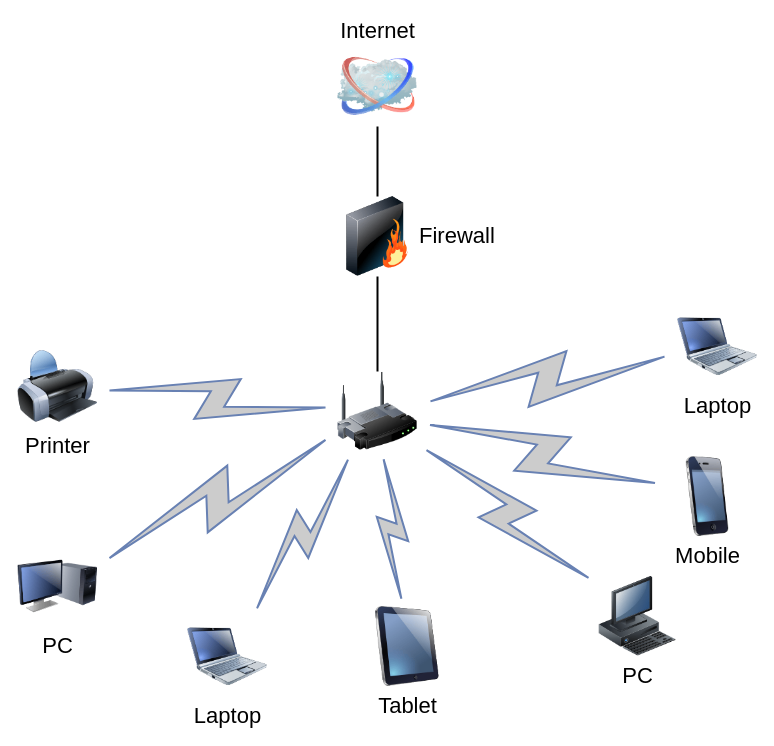
This is 开题自问自答_多用户环境.drawio from zeandon/draw.io, a draw.io file, before an edit. Source tidied: cells renumbered, new cells numbered last; positions are measured from the earlier drawing's top-left corner, leaving out a move shared by most shapes. Both pictures are drawn from the tidied source at 100%, with x=0, y=0 at pixel (17, 46).
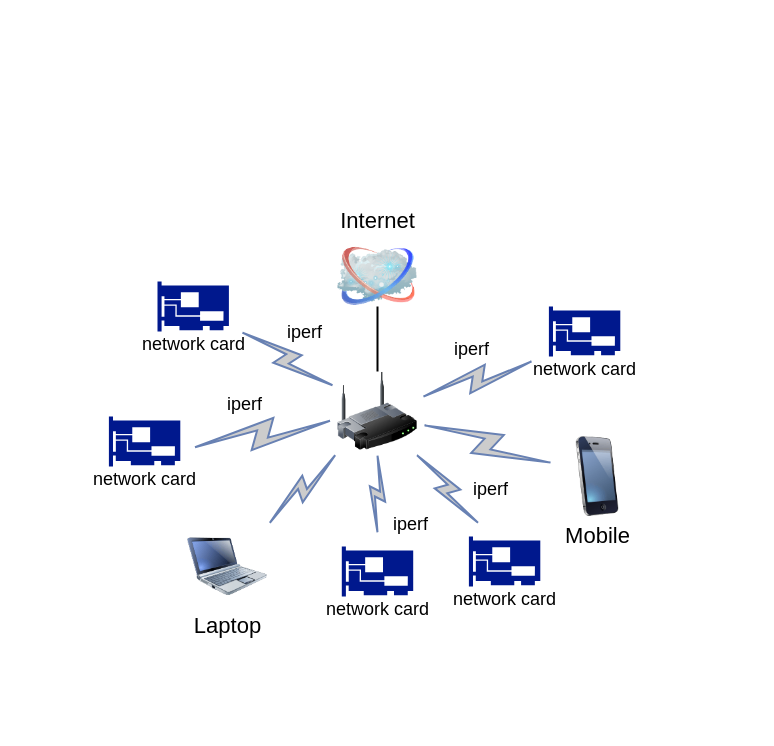
The same diagram, later.

Commit message:
更新开题自问自答_多用户环境.drawio

The change refers to these unchanged cells:
```xml
<mxCell id="3" style="image;html=1;labelBackgroundColor=#ffffff;image=img/lib/clip_art/networking/Wireless_Router_128x128.png;rounded=1;shadow=0;comic=0;strokeWidth=2;fontSize=22;" parent="1" vertex="1">
  <mxGeometry x="320" y="325" width="80" height="80" as="geometry" />
</mxCell>
```

Diff of the diagram source:
```diff
@@
-    <mxCell id="2" style="edgeStyle=none;rounded=0;html=1;labelBackgroundColor=none;endArrow=none;strokeWidth=2;fontFamily=Verdana;fontSize=22;" parent="1" edge="1" source="3" target="6">
-      <mxGeometry relative="1" as="geometry" />
+    <mxCell id="2" style="edgeStyle=none;rounded=0;html=1;labelBackgroundColor=none;endArrow=none;strokeWidth=2;fontFamily=Verdana;fontSize=22;" parent="1" edge="1" source="3">
+      <mxGeometry relative="1" as="geometry">
+        <mxPoint x="360" y="260" as="targetPoint" />
+      </mxGeometry>
     </mxCell>
@@
     <mxCell id="4" value="Internet" style="image;html=1;labelBackgroundColor=#ffffff;image=img/lib/clip_art/networking/Cloud_128x128.png;rounded=1;shadow=0;comic=0;strokeWidth=2;fontSize=22;labelPosition=center;verticalLabelPosition=top;align=center;verticalAlign=bottom;" parent="1" vertex="1">
-      <mxGeometry x="320" width="80" height="80" as="geometry" />
+      <mxGeometry x="320" y="190" width="80" height="80" as="geometry" />
     </mxCell>
-    <mxCell id="5" style="edgeStyle=none;rounded=0;html=1;labelBackgroundColor=none;endArrow=none;strokeWidth=2;fontFamily=Verdana;fontSize=22;" parent="1" edge="1" source="6" target="4">
-      <mxGeometry relative="1" as="geometry" />
-    </mxCell>
-    <mxCell id="6" value="Firewall" style="image;html=1;labelBackgroundColor=#ffffff;image=img/lib/clip_art/networking/Firewall_128x128.png;rounded=1;shadow=0;comic=0;strokeWidth=2;fontSize=22;labelPosition=right;verticalLabelPosition=middle;align=left;verticalAlign=middle;" parent="1" vertex="1">
-      <mxGeometry x="320" y="150" width="80" height="80" as="geometry" />
-    </mxCell>
-    <mxCell id="7" value="Tablet" style="image;html=1;labelBackgroundColor=#ffffff;image=img/lib/clip_art/computers/iPad_128x128.png;rounded=1;shadow=0;comic=0;strokeWidth=2;fontSize=22;" parent="1" vertex="1">
-      <mxGeometry x="350" y="560" width="80" height="80" as="geometry" />
-    </mxCell>
-    <mxCell id="8" value="PC" style="image;html=1;labelBackgroundColor=#ffffff;image=img/lib/clip_art/computers/Monitor_Tower_128x128.png;rounded=1;shadow=0;comic=0;strokeWidth=2;fontSize=22;" parent="1" vertex="1">
-      <mxGeometry y="500" width="80" height="80" as="geometry" />
-    </mxCell>
-    <mxCell id="9" value="Printer" style="image;html=1;labelBackgroundColor=#ffffff;image=img/lib/clip_art/computers/Printer_128x128.png;rounded=1;shadow=0;comic=0;strokeWidth=2;fontSize=22;" parent="1" vertex="1">
-      <mxGeometry y="300" width="80" height="80" as="geometry" />
-    </mxCell>
-    <mxCell id="10" value="PC" style="image;html=1;labelBackgroundColor=#ffffff;image=img/lib/clip_art/computers/Workstation_128x128.png;rounded=1;shadow=0;comic=0;strokeWidth=2;fontSize=22;" parent="1" vertex="1">
-      <mxGeometry x="580" y="530" width="80" height="80" as="geometry" />
-    </mxCell>
     <mxCell id="11" value="Mobile" style="image;html=1;labelBackgroundColor=#ffffff;image=img/lib/clip_art/telecommunication/iPhone_128x128.png;rounded=1;shadow=0;comic=0;strokeWidth=2;fontSize=22;" parent="1" vertex="1">
-      <mxGeometry x="650" y="410" width="80" height="80" as="geometry" />
+      <mxGeometry x="540" y="390" width="80" height="80" as="geometry" />
     </mxCell>
-    <mxCell id="12" value="Laptop" style="image;html=1;labelBackgroundColor=#ffffff;image=img/lib/clip_art/computers/Netbook_128x128.png;rounded=1;shadow=0;comic=0;strokeColor=#000000;strokeWidth=2;fillColor=#FFFFFF;fontSize=22;fontColor=#000000;" parent="1" vertex="1">
-      <mxGeometry x="660" y="260" width="80" height="80" as="geometry" />
-    </mxCell>
     <mxCell id="13" value="Laptop" style="image;html=1;labelBackgroundColor=#ffffff;image=img/lib/clip_art/computers/Netbook_128x128.png;rounded=1;shadow=0;comic=0;strokeWidth=2;fontSize=22;" parent="1" vertex="1">
-      <mxGeometry x="170" y="570" width="80" height="80" as="geometry" />
+      <mxGeometry x="170" y="480" width="80" height="80" as="geometry" />
     </mxCell>
-    <mxCell id="14" style="html=1;fillColor=#CCCCCC;strokeColor=#6881B3;gradientColor=none;gradientDirection=north;strokeWidth=2;shape=mxgraph.networks.comm_link_edge;html=1;labelBackgroundColor=none;endArrow=none;fontFamily=Verdana;fontSize=22;fontColor=#000000;" parent="1" edge="1" source="9" target="3">
-      <mxGeometry relative="1" as="geometry" />
+    <mxCell id="14" style="html=1;fillColor=#CCCCCC;strokeColor=#6881B3;gradientColor=none;gradientDirection=north;strokeWidth=2;shape=mxgraph.networks.comm_link_edge;html=1;labelBackgroundColor=none;endArrow=none;fontFamily=Verdana;fontSize=22;fontColor=#000000;" parent="1" edge="1" target="3">
+      <mxGeometry relative="1" as="geometry">
+        <mxPoint x="220" y="283.3" as="sourcePoint" />
+      </mxGeometry>
     </mxCell>
-    <mxCell id="15" style="html=1;fillColor=#CCCCCC;strokeColor=#6881B3;gradientColor=none;gradientDirection=north;strokeWidth=2;shape=mxgraph.networks.comm_link_edge;html=1;labelBackgroundColor=none;endArrow=none;fontFamily=Verdana;fontSize=22;fontColor=#000000;fontStyle=1;" parent="1" edge="1" source="8" target="3">
-      <mxGeometry relative="1" as="geometry" />
+    <mxCell id="15" style="html=1;fillColor=#CCCCCC;strokeColor=#6881B3;gradientColor=none;gradientDirection=north;strokeWidth=2;shape=mxgraph.networks.comm_link_edge;html=1;labelBackgroundColor=none;endArrow=none;fontFamily=Verdana;fontSize=22;fontColor=#000000;fontStyle=1;" parent="1" edge="1" target="3">
+      <mxGeometry relative="1" as="geometry">
+        <mxPoint x="170" y="402.2" as="sourcePoint" />
+      </mxGeometry>
     </mxCell>
@@
-    <mxCell id="17" style="html=1;fillColor=#CCCCCC;strokeColor=#6881B3;gradientColor=none;gradientDirection=north;strokeWidth=2;shape=mxgraph.networks.comm_link_edge;html=1;labelBackgroundColor=none;endArrow=none;fontFamily=Verdana;fontSize=22;fontColor=#000000;" parent="1" edge="1" source="7" target="3">
-      <mxGeometry relative="1" as="geometry" />
+    <mxCell id="17" style="html=1;fillColor=#CCCCCC;strokeColor=#6881B3;gradientColor=none;gradientDirection=north;strokeWidth=2;shape=mxgraph.networks.comm_link_edge;html=1;labelBackgroundColor=none;endArrow=none;fontFamily=Verdana;fontSize=22;fontColor=#000000;" parent="1" edge="1" target="3">
+      <mxGeometry relative="1" as="geometry">
+        <mxPoint x="360" y="490" as="sourcePoint" />
+      </mxGeometry>
     </mxCell>
-    <mxCell id="18" style="html=1;fillColor=#CCCCCC;strokeColor=#6881B3;gradientColor=none;gradientDirection=north;strokeWidth=2;shape=mxgraph.networks.comm_link_edge;html=1;labelBackgroundColor=none;endArrow=none;fontFamily=Verdana;fontSize=22;fontColor=#000000;" parent="1" edge="1" source="10" target="3">
-      <mxGeometry relative="1" as="geometry" />
+    <mxCell id="18" style="html=1;fillColor=#CCCCCC;strokeColor=#6881B3;gradientColor=none;gradientDirection=north;strokeWidth=2;shape=mxgraph.networks.comm_link_edge;html=1;labelBackgroundColor=none;endArrow=none;fontFamily=Verdana;fontSize=22;fontColor=#000000;" parent="1" edge="1" target="3">
+      <mxGeometry relative="1" as="geometry">
+        <mxPoint x="463.9" y="480" as="sourcePoint" />
+      </mxGeometry>
     </mxCell>
@@
-    <mxCell id="20" style="html=1;fillColor=#CCCCCC;strokeColor=#6881B3;gradientColor=none;gradientDirection=north;strokeWidth=2;shape=mxgraph.networks.comm_link_edge;html=1;labelBackgroundColor=none;endArrow=none;fontFamily=Verdana;fontSize=22;fontColor=#000000;" parent="1" edge="1" source="12" target="3">
-      <mxGeometry relative="1" as="geometry" />
+    <mxCell id="20" style="html=1;fillColor=#CCCCCC;strokeColor=#6881B3;gradientColor=none;gradientDirection=north;strokeWidth=2;shape=mxgraph.networks.comm_link_edge;html=1;labelBackgroundColor=none;endArrow=none;fontFamily=Verdana;fontSize=22;fontColor=#000000;" parent="1" edge="1" target="3">
+      <mxGeometry relative="1" as="geometry">
+        <mxPoint x="520" y="313" as="sourcePoint" />
+      </mxGeometry>
     </mxCell>
+    <mxCell id="21" style="group;" parent="1" vertex="1">
+      <mxGeometry x="128.6" y="235" width="94.3" height="75" as="geometry" />
+    </mxCell>
+    <mxCell id="22" style="sketch=0;shadow=0;dashed=0;html=1;strokeColor=none;labelPosition=center;verticalLabelPosition=bottom;verticalAlign=top;align=center;fillColor=#00188D;shape=mxgraph.mscae.enterprise.network_card;" parent="21" vertex="1">
+      <mxGeometry x="11.4" width="71.4" height="50" as="geometry" />
+    </mxCell>
+    <mxCell id="23" value="&lt;font style=&quot;font-weight: normal;&quot;&gt;network&amp;nbsp;&lt;/font&gt;&lt;span style=&quot;font-weight: normal; background-color: transparent; color: light-dark(rgb(0, 0, 0), rgb(255, 255, 255));&quot;&gt;card&lt;/span&gt;" style="text;strokeColor=none;fillColor=none;html=1;fontSize=18;fontStyle=1;verticalAlign=middle;align=center;" parent="21" vertex="1">
+      <mxGeometry y="50" width="94.3" height="25" as="geometry" />
+    </mxCell>
+    <mxCell id="24" style="group;" parent="1" vertex="1">
+      <mxGeometry x="80" y="370" width="94.3" height="75" as="geometry" />
+    </mxCell>
+    <mxCell id="25" style="sketch=0;shadow=0;dashed=0;html=1;strokeColor=none;labelPosition=center;verticalLabelPosition=bottom;verticalAlign=top;align=center;fillColor=#00188D;shape=mxgraph.mscae.enterprise.network_card;" parent="24" vertex="1">
+      <mxGeometry x="11.4" width="71.4" height="50" as="geometry" />
+    </mxCell>
+    <mxCell id="26" value="&lt;font style=&quot;font-weight: normal;&quot;&gt;network&amp;nbsp;&lt;/font&gt;&lt;span style=&quot;font-weight: normal; background-color: transparent; color: light-dark(rgb(0, 0, 0), rgb(255, 255, 255));&quot;&gt;card&lt;/span&gt;" style="text;strokeColor=none;fillColor=none;html=1;fontSize=18;fontStyle=1;verticalAlign=middle;align=center;" parent="24" vertex="1">
+      <mxGeometry y="50" width="94.3" height="25" as="geometry" />
+    </mxCell>
+    <mxCell id="27" style="group;" parent="1" vertex="1">
+      <mxGeometry x="312.9" y="500" width="94.3" height="75" as="geometry" />
+    </mxCell>
+    <mxCell id="28" style="sketch=0;shadow=0;dashed=0;html=1;strokeColor=none;labelPosition=center;verticalLabelPosition=bottom;verticalAlign=top;align=center;fillColor=#00188D;shape=mxgraph.mscae.enterprise.network_card;" parent="27" vertex="1">
+      <mxGeometry x="11.4" width="71.4" height="50" as="geometry" />
+    </mxCell>
+    <mxCell id="29" value="&lt;font style=&quot;font-weight: normal;&quot;&gt;network&amp;nbsp;&lt;/font&gt;&lt;span style=&quot;font-weight: normal; background-color: transparent; color: light-dark(rgb(0, 0, 0), rgb(255, 255, 255));&quot;&gt;card&lt;/span&gt;" style="text;strokeColor=none;fillColor=none;html=1;fontSize=18;fontStyle=1;verticalAlign=middle;align=center;" parent="27" vertex="1">
+      <mxGeometry y="50" width="94.3" height="25" as="geometry" />
+    </mxCell>
+    <mxCell id="30" style="group;" parent="1" vertex="1">
+      <mxGeometry x="440" y="490" width="94.3" height="75" as="geometry" />
+    </mxCell>
+    <mxCell id="31" style="sketch=0;shadow=0;dashed=0;html=1;strokeColor=none;labelPosition=center;verticalLabelPosition=bottom;verticalAlign=top;align=center;fillColor=#00188D;shape=mxgraph.mscae.enterprise.network_card;" parent="30" vertex="1">
+      <mxGeometry x="11.4" width="71.4" height="50" as="geometry" />
+    </mxCell>
+    <mxCell id="32" value="&lt;font style=&quot;font-weight: normal;&quot;&gt;network&amp;nbsp;&lt;/font&gt;&lt;span style=&quot;font-weight: normal; background-color: transparent; color: light-dark(rgb(0, 0, 0), rgb(255, 255, 255));&quot;&gt;card&lt;/span&gt;" style="text;strokeColor=none;fillColor=none;html=1;fontSize=18;fontStyle=1;verticalAlign=middle;align=center;" parent="30" vertex="1">
+      <mxGeometry y="50" width="94.3" height="25" as="geometry" />
+    </mxCell>
+    <mxCell id="33" style="group;" parent="1" vertex="1">
+      <mxGeometry x="520" y="260" width="94.3" height="75" as="geometry" />
+    </mxCell>
+    <mxCell id="34" style="sketch=0;shadow=0;dashed=0;html=1;strokeColor=none;labelPosition=center;verticalLabelPosition=bottom;verticalAlign=top;align=center;fillColor=#00188D;shape=mxgraph.mscae.enterprise.network_card;" parent="33" vertex="1">
+      <mxGeometry x="11.4" width="71.4" height="50" as="geometry" />
+    </mxCell>
+    <mxCell id="35" value="&lt;font style=&quot;font-weight: normal;&quot;&gt;network&amp;nbsp;&lt;/font&gt;&lt;span style=&quot;font-weight: normal; background-color: transparent; color: light-dark(rgb(0, 0, 0), rgb(255, 255, 255));&quot;&gt;card&lt;/span&gt;" style="text;strokeColor=none;fillColor=none;html=1;fontSize=18;fontStyle=1;verticalAlign=middle;align=center;" parent="33" vertex="1">
+      <mxGeometry y="50" width="94.3" height="25" as="geometry" />
+    </mxCell>
+    <mxCell id="36" value="&lt;span style=&quot;font-weight: 400;&quot;&gt;iperf&lt;/span&gt;" style="text;strokeColor=none;fillColor=none;html=1;fontSize=18;fontStyle=1;verticalAlign=middle;align=center;" parent="1" vertex="1">
+      <mxGeometry x="240" y="273" width="94.3" height="25" as="geometry" />
+    </mxCell>
+    <mxCell id="37" value="&lt;span style=&quot;font-weight: 400;&quot;&gt;iperf&lt;/span&gt;" style="text;strokeColor=none;fillColor=none;html=1;fontSize=18;fontStyle=1;verticalAlign=middle;align=center;" parent="1" vertex="1">
+      <mxGeometry x="180" y="345" width="94.3" height="25" as="geometry" />
+    </mxCell>
+    <mxCell id="38" value="&lt;span style=&quot;font-weight: 400;&quot;&gt;iperf&lt;/span&gt;" style="text;strokeColor=none;fillColor=none;html=1;fontSize=18;fontStyle=1;verticalAlign=middle;align=center;" parent="1" vertex="1">
+      <mxGeometry x="345.7" y="465" width="94.3" height="25" as="geometry" />
+    </mxCell>
+    <mxCell id="39" value="&lt;span style=&quot;font-weight: 400;&quot;&gt;iperf&lt;/span&gt;" style="text;strokeColor=none;fillColor=none;html=1;fontSize=18;fontStyle=1;verticalAlign=middle;align=center;" parent="1" vertex="1">
+      <mxGeometry x="425.7" y="430" width="94.3" height="25" as="geometry" />
+    </mxCell>
+    <mxCell id="40" value="&lt;span style=&quot;font-weight: 400;&quot;&gt;iperf&lt;/span&gt;" style="text;strokeColor=none;fillColor=none;html=1;fontSize=18;fontStyle=1;verticalAlign=middle;align=center;" parent="1" vertex="1">
+      <mxGeometry x="407.1" y="290" width="94.3" height="25" as="geometry" />
+    </mxCell>
```
